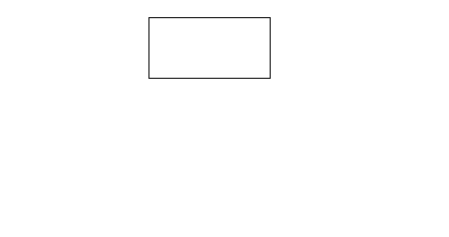
Above: GameFramework/Untitled Diagram.drawio in xzp3094997376/DrawIO (draw.io), before the change. Source tidied: cells renumbered, new cells numbered last; positions are measured from the earlier drawing's top-left corner, leaving out a move shared by most shapes. Both pictures are drawn from the tidied source at 101%, with x=0, y=0 at pixel (148, 17).
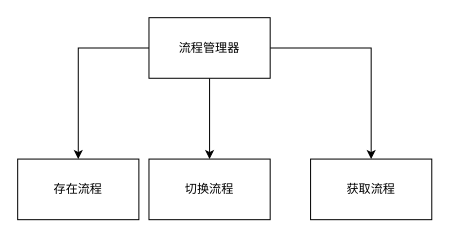
After the change.

Change to the diagram source:
```diff
@@
 <mxGraphModel>
   <root>
     <mxCell id="0" />
     <mxCell id="1" parent="0" />
+    <mxCell id="3" style="edgeStyle=orthogonalEdgeStyle;rounded=0;jettySize=auto;html=1;" parent="1" edge="1" source="2" target="6">
+      <mxGeometry relative="1" as="geometry" />
+    </mxCell>
+    <mxCell id="4" style="edgeStyle=orthogonalEdgeStyle;rounded=0;jettySize=auto;html=1;" parent="1" edge="1" source="2" target="7">
+      <mxGeometry relative="1" as="geometry" />
+    </mxCell>
+    <mxCell id="5" style="edgeStyle=orthogonalEdgeStyle;rounded=0;jettySize=auto;html=1;" parent="1" edge="1" source="2" target="8">
+      <mxGeometry relative="1" as="geometry" />
+    </mxCell>
-    <mxCell id="2" style="rounded=0;whiteSpace=wrap;html=1;" parent="1" vertex="1">
+    <mxCell id="2" value="流程管理器" style="rounded=0;whiteSpace=wrap;html=1;" parent="1" vertex="1">
       <mxGeometry width="120" height="60" as="geometry" />
     </mxCell>
+    <mxCell id="6" value="切换流程" style="whiteSpace=wrap;html=1;rounded=0;" parent="1" vertex="1">
+      <mxGeometry y="140" width="120" height="60" as="geometry" />
+    </mxCell>
+    <mxCell id="7" value="存在流程" style="rounded=0;whiteSpace=wrap;html=1;" parent="1" vertex="1">
+      <mxGeometry x="-130" y="140" width="120" height="60" as="geometry" />
+    </mxCell>
+    <mxCell id="8" value="获取流程" style="whiteSpace=wrap;html=1;rounded=0;" parent="1" vertex="1">
+      <mxGeometry x="160" y="140" width="120" height="60" as="geometry" />
+    </mxCell>
   </root>
 </mxGraphModel>
```
